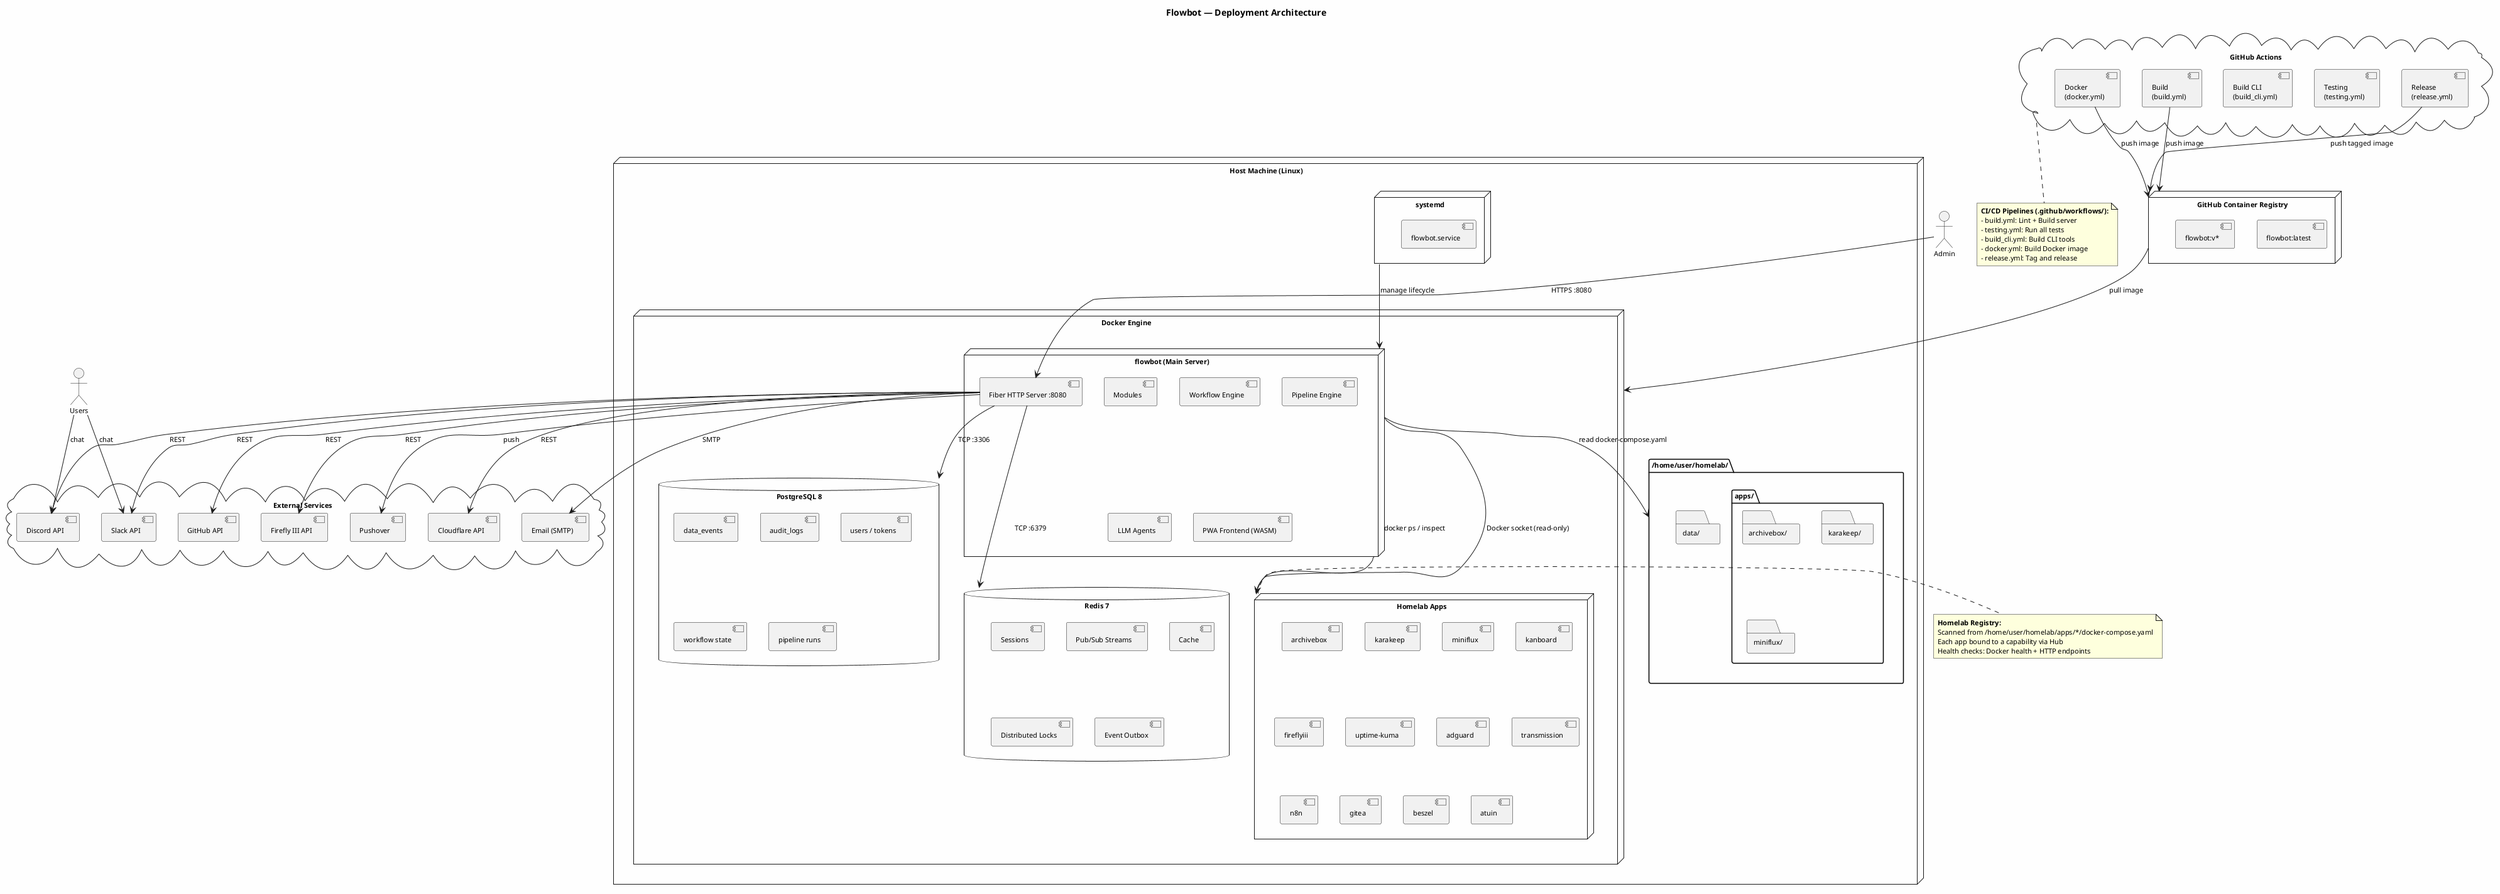
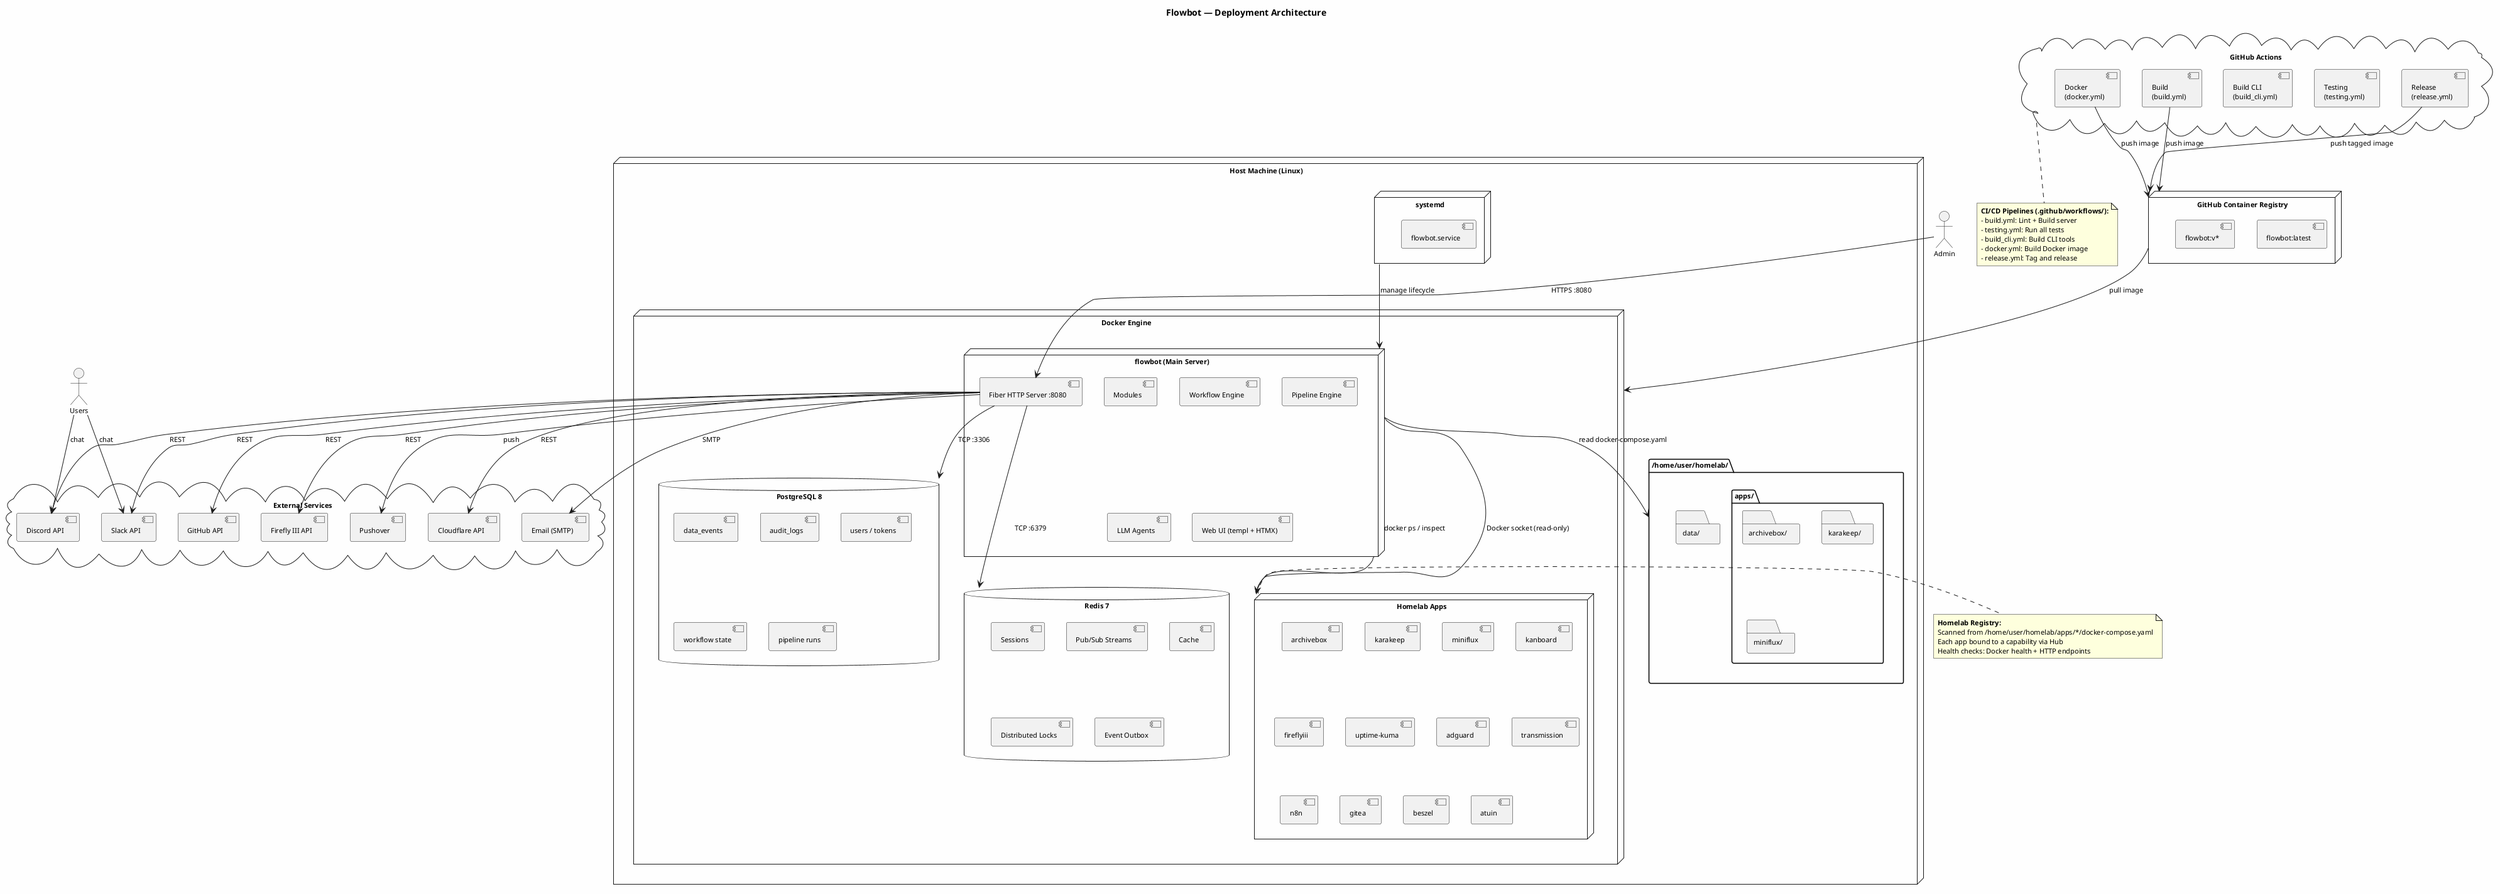
@startuml Deployment
' =============================================================================
' Flowbot Deployment Diagram
' =============================================================================

skinparam backgroundColor #FEFEFE
skinparam defaultFontSize 11

title Flowbot — Deployment Architecture

' =============================================================================
' Nodes
' =============================================================================

node "Host Machine (Linux)" as Host {

  node "Docker Engine" as DockerEngine {

    ' --- Flowbot Server ---
    node "flowbot (Main Server)" as FlowbotContainer {
      [Fiber HTTP Server :8080] as FiberServer
      [Workflow Engine] as WFEngine
      [Pipeline Engine] as PipelineEngine
      [Modules] as BotModules
      [LLM Agents] as LLMAgents
-       [PWA Frontend (WASM)] as PWA
+       [Web UI (templ + HTMX)] as WebUI
    }

    ' --- PostgreSQL ---
    database "PostgreSQL 8" as PostgreSQLContainer {
      [data_events]
      [audit_logs]
      [users / tokens]
      [workflow state]
      [pipeline runs]
    }

    ' --- Redis ---
    database "Redis 7" as RedisContainer {
      [Sessions]
      [Pub/Sub Streams]
      [Cache]
      [Distributed Locks]
      [Event Outbox]
    }

    ' --- Homelab Apps ---
    node "Homelab Apps" as HomelabApps {
      [archivebox]
      [karakeep]
      [miniflux]
      [kanboard]
      [fireflyiii]
      [uptime-kuma]
      [adguard]
      [transmission]
      [n8n]
      [gitea]
      [beszel]
      [atuin]
    }
  }

  ' --- Systemd ---
  node "systemd" as Systemd {
    [flowbot.service]
  }

  ' --- Filesystem ---
  folder "/home/user/homelab/" as HomelabFS {
    folder "apps/" as AppsDir {
      folder "archivebox/" as ABDir
      folder "karakeep/" as KKDir
      folder "miniflux/" as MFDir
    }
    folder "data/" as DataDir
  }
}

' =============================================================================
' External Services
' =============================================================================
cloud "External Services" as External {
  [Discord API] as DiscordAPI
  [Slack API] as SlackAPI
  [GitHub API] as GitHubAPI
  [Firefly III API] as FireflyAPI
  [Pushover] as PushoverAPI
  [Cloudflare API] as CloudflareAPI
  [Email (SMTP)] as SMTP
}

' =============================================================================
' CI/CD (GitHub Actions)
' =============================================================================
cloud "GitHub Actions" as GHA {
  [Build\n(build.yml)] as BuildCI
  [Testing\n(testing.yml)] as TestingCI
  [Build CLI\n(build_cli.yml)] as BuildCLICI
  [Docker\n(docker.yml)] as DockerCI
  [Release\n(release.yml)] as ReleaseCI
}

node "GitHub Container Registry" as GHCR {
  [flowbot:latest]
  [flowbot:v*]
}

' =============================================================================
' User Access
' =============================================================================
actor "Users" as Users
actor "Admin" as Admin

' =============================================================================
' Connections
' =============================================================================

' --- Users ---
Users --> DiscordAPI : chat
Users --> SlackAPI : chat
Admin --> FiberServer : HTTPS :8080

' --- Server → Infrastructure ---
FiberServer --> PostgreSQLContainer : TCP :3306
FiberServer --> RedisContainer : TCP :6379
FlowbotContainer --> HomelabApps : Docker socket (read-only)

' --- Server → External APIs ---
FiberServer --> DiscordAPI : REST
FiberServer --> SlackAPI : REST
FiberServer --> GitHubAPI : REST
FiberServer --> FireflyAPI : REST
FiberServer --> PushoverAPI : push
FiberServer --> CloudflareAPI : REST
FiberServer --> SMTP : SMTP

' --- Homelab Scanner ---
FlowbotContainer --> HomelabFS : read docker-compose.yaml
FlowbotContainer --> HomelabApps : docker ps / inspect

' --- CI/CD → Registry ---
BuildCI --> GHCR : push image
DockerCI --> GHCR : push image
ReleaseCI --> GHCR : push tagged image

' --- Deployment ---
GHCR --> DockerEngine : pull image
Systemd --> FlowbotContainer : manage lifecycle

' =============================================================================
' Notes
' =============================================================================
note right of HomelabApps
  <b>Homelab Registry:</b>
  Scanned from /home/user/homelab/apps/*/docker-compose.yaml
  Each app bound to a capability via Hub
  Health checks: Docker health + HTTP endpoints
end note

note bottom of GHA
  <b>CI/CD Pipelines (.github/workflows/):</b>
  - build.yml: Lint + Build server
  - testing.yml: Run all tests
  - build_cli.yml: Build CLI tools
  - docker.yml: Build Docker image
  - release.yml: Tag and release
end note

@enduml
